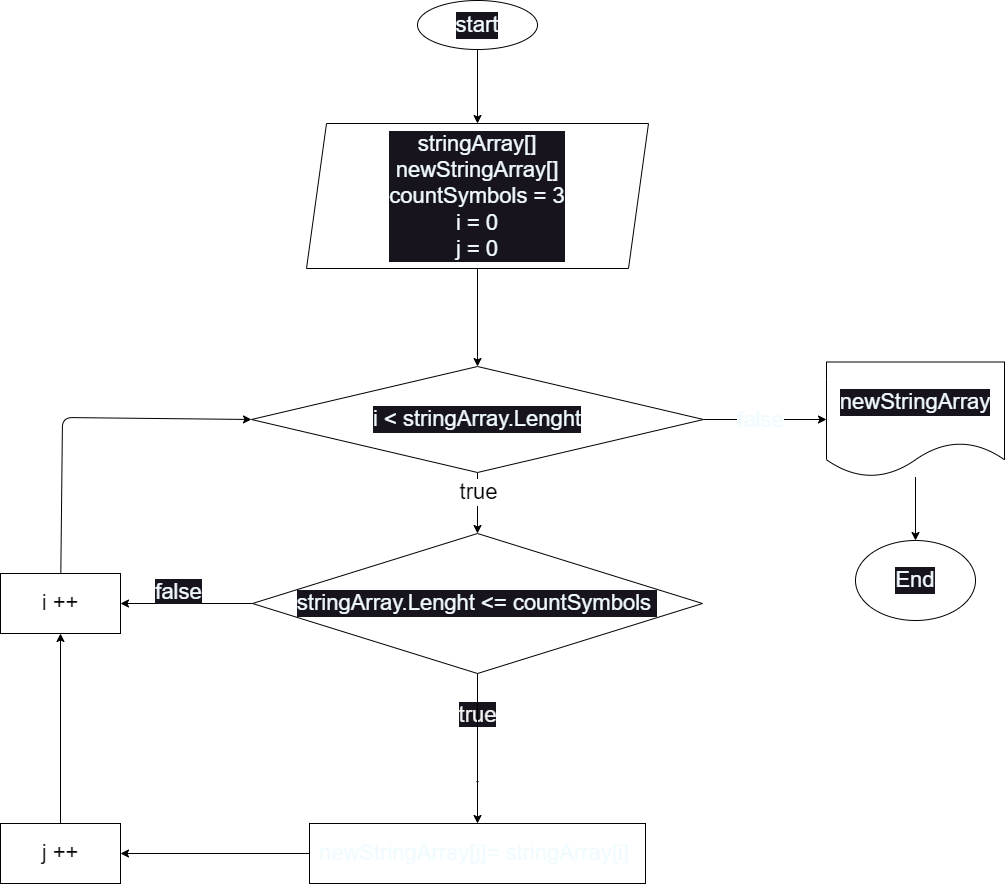
Earlier version of the draw.io export task_1/diagram.drawio.png (Kir017/HomeworkBlockResults). Source tidied: cells renumbered, new cells last; positions are measured from the earlier drawing's top-left corner, leaving out a move shared by most shapes.
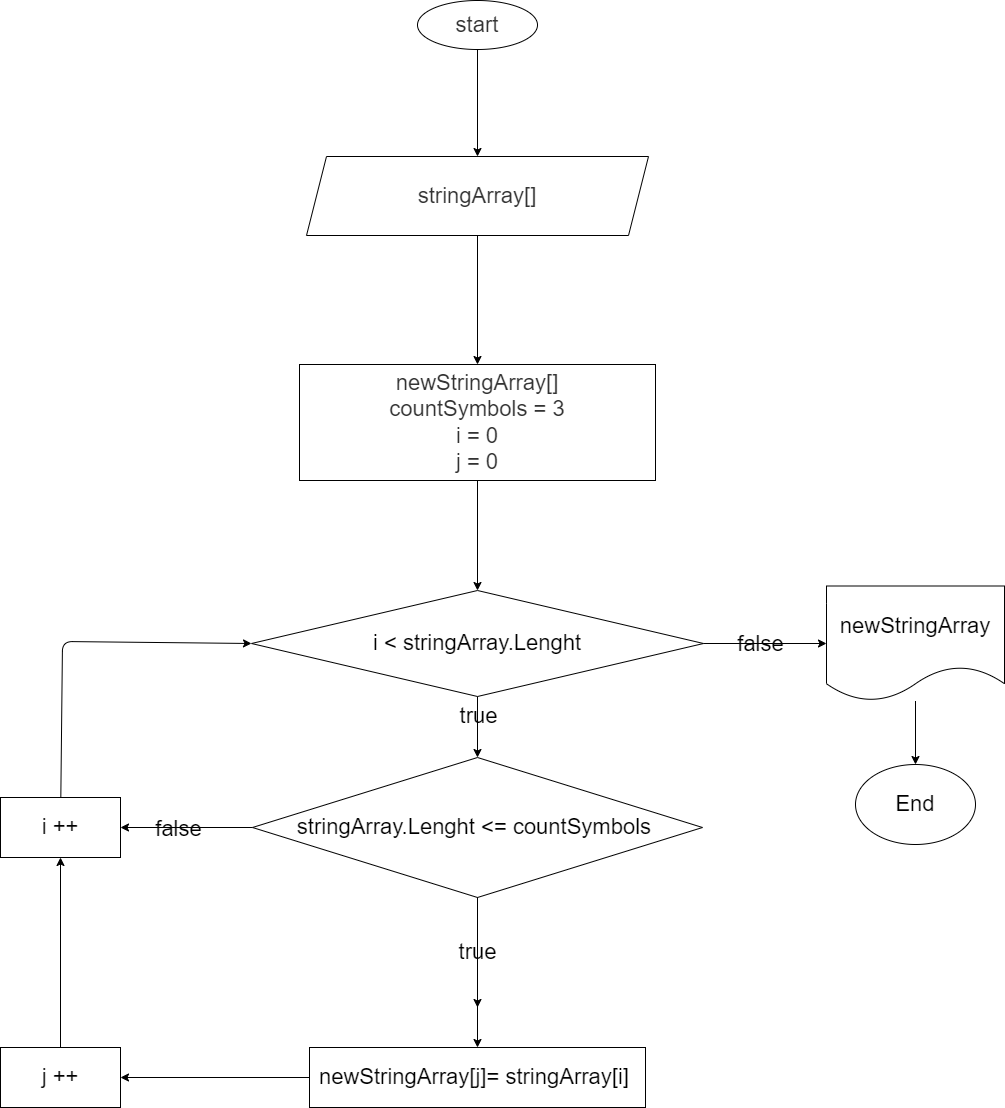
The same file after the commit.

Commit message:
Внёс корректировку в блок схему и файл README.MD

Change to the diagram source:
```diff
@@ -1,80 +1,86 @@
-<mxGraphModel>
+<mxGraphModel background="#ffffff">
   <root>
     <mxCell id="0" />
     <mxCell id="1" parent="0" />
-    <mxCell id="2" style="edgeStyle=none;html=1;fontSize=22;fontColor=#f1fbff;" parent="1" edge="1" source="3" target="5">
-      <mxGeometry relative="1" as="geometry" />
-    </mxCell>
-    <mxCell id="3" value="start" style="ellipse;whiteSpace=wrap;html=1;labelBackgroundColor=#18141D;fontSize=22;fontColor=#f1fbff;" parent="1" vertex="1">
-      <mxGeometry x="417" width="120" height="49" as="geometry" />
-    </mxCell>
-    <mxCell id="4" style="edgeStyle=none;html=1;fontSize=22;fontColor=#f1fbff;" parent="1" edge="1" source="5" target="10">
+    <mxCell id="4" style="edgeStyle=none;fontSize=22;fontColor=#000000;labelBackgroundColor=none;html=1;strokeColor=#000000;exitX=0.5;exitY=1;exitDx=0;exitDy=0;" parent="1" edge="1" source="27" target="10">
       <mxGeometry relative="1" as="geometry" />
     </mxCell>
-    <mxCell id="5" value="&lt;span style=&quot;font-size: 22px;&quot;&gt;stringArray[]&lt;/span&gt;&lt;br&gt;&lt;span style=&quot;font-size: 22px;&quot;&gt;newStringArray[]&lt;/span&gt;&lt;br&gt;&lt;span style=&quot;font-size: 22px;&quot;&gt;countSymbols = 3&lt;br&gt;&lt;/span&gt;i = 0&lt;br&gt;j = 0" style="shape=parallelogram;perimeter=parallelogramPerimeter;whiteSpace=wrap;html=1;fixedSize=1;labelBackgroundColor=#18141D;fontSize=22;fontColor=#f1fbff;" parent="1" vertex="1">
-      <mxGeometry x="306" y="123" width="342" height="145" as="geometry" />
-    </mxCell>
-    <mxCell id="6" style="edgeStyle=none;html=1;fontSize=22;fontColor=#f1fbff;" parent="1" edge="1" source="10" target="12">
+    <mxCell id="6" style="edgeStyle=none;fontSize=22;fontColor=#000000;labelBackgroundColor=none;html=1;strokeColor=#000000;" parent="1" edge="1" source="10" target="12">
       <mxGeometry relative="1" as="geometry" />
     </mxCell>
-    <mxCell id="7" value="false" style="edgeLabel;html=1;align=center;verticalAlign=middle;fontSize=22;fontColor=#f1fbff;" parent="6" vertex="1">
+    <mxCell id="7" value="false" style="edgeLabel;align=center;verticalAlign=middle;fontSize=22;fontColor=#000000;labelBackgroundColor=none;html=1;" parent="6" vertex="1">
       <mxGeometry x="-0.25" y="-1" relative="1" as="geometry">
         <mxPoint x="10" y="-1" as="offset" />
       </mxGeometry>
     </mxCell>
-    <mxCell id="8" style="edgeStyle=none;html=1;entryX=0.5;entryY=0;entryDx=0;entryDy=0;" parent="1" edge="1" source="10" target="17">
+    <mxCell id="8" style="edgeStyle=none;entryX=0.5;entryY=0;entryDx=0;entryDy=0;labelBackgroundColor=none;fontColor=#000000;html=1;strokeColor=#000000;" parent="1" edge="1" source="10" target="17">
       <mxGeometry relative="1" as="geometry" />
     </mxCell>
-    <mxCell id="9" value="&lt;font style=&quot;font-size: 22px;&quot;&gt;true&lt;br&gt;&lt;/font&gt;" style="edgeLabel;html=1;align=center;verticalAlign=middle;" parent="8" vertex="1">
+    <mxCell id="9" value="true&lt;br style=&quot;font-size: 22px;&quot;&gt;" style="edgeLabel;align=center;verticalAlign=middle;labelBackgroundColor=none;fontColor=#000000;html=1;fontSize=22;" parent="8" vertex="1">
       <mxGeometry x="-0.38" relative="1" as="geometry" />
     </mxCell>
-    <mxCell id="10" value="i &amp;lt; stringArray.Lenght" style="rhombus;whiteSpace=wrap;html=1;labelBackgroundColor=#18141D;fontSize=22;fontColor=#f1fbff;" parent="1" vertex="1">
+    <mxCell id="10" value="i &amp;lt; stringArray.Lenght" style="rhombus;labelBackgroundColor=none;fontSize=22;fontColor=#000000;whiteSpace=wrap;html=1;fillColor=none;strokeColor=#000000;" parent="1" vertex="1">
       <mxGeometry x="251" y="366" width="452" height="106" as="geometry" />
     </mxCell>
-    <mxCell id="11" style="edgeStyle=none;html=1;fontSize=22;fontColor=#f1fbff;" parent="1" edge="1" source="12" target="13">
+    <mxCell id="11" style="edgeStyle=none;fontSize=22;fontColor=#000000;labelBackgroundColor=none;html=1;strokeColor=#000000;" parent="1" edge="1" source="12" target="13">
       <mxGeometry relative="1" as="geometry" />
     </mxCell>
-    <mxCell id="12" value="newStringArray" style="shape=document;whiteSpace=wrap;html=1;boundedLbl=1;labelBackgroundColor=#18141D;fontSize=22;fontColor=#f1fbff;" parent="1" vertex="1">
+    <mxCell id="12" value="newStringArray" style="shape=document;boundedLbl=1;labelBackgroundColor=none;fontSize=22;fontColor=#000000;whiteSpace=wrap;html=1;fillColor=none;strokeColor=#000000;" parent="1" vertex="1">
       <mxGeometry x="826" y="361.5" width="178" height="115" as="geometry" />
     </mxCell>
-    <mxCell id="13" value="End" style="ellipse;whiteSpace=wrap;html=1;labelBackgroundColor=#18141D;fontSize=22;fontColor=#f1fbff;" parent="1" vertex="1">
+    <mxCell id="13" value="End" style="ellipse;labelBackgroundColor=none;fontSize=22;fontColor=#000000;whiteSpace=wrap;html=1;fillColor=none;strokeColor=#000000;" parent="1" vertex="1">
       <mxGeometry x="855" y="540" width="120" height="80" as="geometry" />
     </mxCell>
-    <mxCell id="14" value="&#10;&lt;span style=&quot;color: rgb(240, 240, 240); font-family: Helvetica; font-size: 22px; font-style: normal; font-variant-ligatures: normal; font-variant-caps: normal; font-weight: 400; letter-spacing: normal; orphans: 2; text-align: center; text-indent: 0px; text-transform: none; widows: 2; word-spacing: 0px; -webkit-text-stroke-width: 0px; background-color: rgb(24, 20, 29); text-decoration-thickness: initial; text-decoration-style: initial; text-decoration-color: initial; float: none; display: inline !important;&quot;&gt;true&lt;/span&gt;&#10;&#10;" style="edgeStyle=none;html=1;fontSize=22;" parent="1" edge="1" source="17">
+    <mxCell id="14" value="true" style="edgeStyle=none;fontSize=22;labelBackgroundColor=none;fontColor=#000000;html=1;" parent="1" edge="1" source="17">
       <mxGeometry relative="1" as="geometry">
         <mxPoint x="477" y="783" as="targetPoint" />
       </mxGeometry>
     </mxCell>
-    <mxCell id="15" style="edgeStyle=none;html=1;fontSize=22;entryX=0.5;entryY=0;entryDx=0;entryDy=0;" parent="1" edge="1" source="17" target="23">
+    <mxCell id="15" style="edgeStyle=none;fontSize=22;entryX=0.5;entryY=0;entryDx=0;entryDy=0;labelBackgroundColor=none;fontColor=#000000;html=1;strokeColor=#000000;" parent="1" edge="1" source="17" target="23">
       <mxGeometry relative="1" as="geometry" />
     </mxCell>
-    <mxCell id="16" value="&#10;&lt;span style=&quot;color: rgb(241, 251, 255); font-family: Helvetica; font-size: 22px; font-style: normal; font-variant-ligatures: normal; font-variant-caps: normal; font-weight: 400; letter-spacing: normal; orphans: 2; text-align: center; text-indent: 0px; text-transform: none; widows: 2; word-spacing: 0px; -webkit-text-stroke-width: 0px; background-color: rgb(24, 20, 29); text-decoration-thickness: initial; text-decoration-style: initial; text-decoration-color: initial; float: none; display: inline !important;&quot;&gt;false&lt;/span&gt;&#10;&#10;" style="edgeStyle=none;html=1;exitX=0;exitY=0.5;exitDx=0;exitDy=0;entryX=1;entryY=0.5;entryDx=0;entryDy=0;fontSize=22;" parent="1" edge="1" source="17" target="20">
+    <mxCell id="16" value="false" style="edgeStyle=none;exitX=0;exitY=0.5;exitDx=0;exitDy=0;entryX=1;entryY=0.5;entryDx=0;entryDy=0;fontSize=22;labelBackgroundColor=none;fontColor=#000000;html=1;strokeColor=#000000;" parent="1" edge="1" source="17" target="20">
       <mxGeometry x="0.12" y="2" relative="1" as="geometry" />
     </mxCell>
-    <mxCell id="17" value="stringArray.Lenght &amp;lt;= countSymbols&amp;nbsp;" style="rhombus;whiteSpace=wrap;html=1;labelBackgroundColor=#18141D;fontSize=22;fontColor=#f1fbff;" parent="1" vertex="1">
+    <mxCell id="17" value="stringArray.Lenght &amp;lt;= countSymbols&amp;nbsp;" style="rhombus;labelBackgroundColor=none;fontSize=22;fontColor=#000000;whiteSpace=wrap;html=1;fillColor=none;strokeColor=#000000;" parent="1" vertex="1">
       <mxGeometry x="252" y="533" width="450" height="140" as="geometry" />
     </mxCell>
-    <mxCell id="18" style="edgeStyle=none;html=1;entryX=1;entryY=0.5;entryDx=0;entryDy=0;fontSize=22;exitX=0;exitY=0.5;exitDx=0;exitDy=0;" parent="1" edge="1" source="23" target="22">
+    <mxCell id="18" style="edgeStyle=none;entryX=1;entryY=0.5;entryDx=0;entryDy=0;fontSize=22;exitX=0;exitY=0.5;exitDx=0;exitDy=0;labelBackgroundColor=none;fontColor=#000000;html=1;strokeColor=#000000;" parent="1" edge="1" source="23" target="22">
       <mxGeometry relative="1" as="geometry" />
     </mxCell>
-    <mxCell id="19" style="edgeStyle=none;html=1;entryX=0;entryY=0.5;entryDx=0;entryDy=0;fontSize=22;" parent="1" edge="1" source="20" target="10">
+    <mxCell id="19" style="edgeStyle=none;entryX=0;entryY=0.5;entryDx=0;entryDy=0;fontSize=22;labelBackgroundColor=none;fontColor=#000000;html=1;strokeColor=#000000;" parent="1" edge="1" source="20" target="10">
       <mxGeometry relative="1" as="geometry">
         <Array as="points">
           <mxPoint x="62" y="417" />
         </Array>
       </mxGeometry>
     </mxCell>
-    <mxCell id="20" value="i ++" style="rounded=0;whiteSpace=wrap;html=1;strokeWidth=1;fontSize=22;" parent="1" vertex="1">
+    <mxCell id="20" value="i ++" style="rounded=0;strokeWidth=1;fontSize=22;labelBackgroundColor=none;fontColor=#000000;whiteSpace=wrap;html=1;fillColor=none;strokeColor=#000000;" parent="1" vertex="1">
       <mxGeometry y="573" width="120" height="60" as="geometry" />
     </mxCell>
-    <mxCell id="21" style="edgeStyle=none;html=1;entryX=0.5;entryY=1;entryDx=0;entryDy=0;fontSize=22;" parent="1" edge="1" source="22" target="20">
+    <mxCell id="21" style="edgeStyle=none;entryX=0.5;entryY=1;entryDx=0;entryDy=0;fontSize=22;labelBackgroundColor=none;fontColor=#000000;html=1;strokeColor=#000000;" parent="1" edge="1" source="22" target="20">
       <mxGeometry relative="1" as="geometry" />
     </mxCell>
-    <mxCell id="22" value="j ++" style="rounded=0;whiteSpace=wrap;html=1;strokeWidth=1;fontSize=22;" parent="1" vertex="1">
+    <mxCell id="22" value="j ++" style="rounded=0;strokeWidth=1;fontSize=22;labelBackgroundColor=none;fontColor=#000000;whiteSpace=wrap;html=1;fillColor=none;strokeColor=#000000;" parent="1" vertex="1">
       <mxGeometry y="823" width="120" height="60" as="geometry" />
     </mxCell>
-    <mxCell id="23" value="&lt;span style=&quot;color: rgb(241, 251, 255);&quot;&gt;newStringArray[j]= stringArray[i]&amp;nbsp;&lt;/span&gt;" style="rounded=0;whiteSpace=wrap;html=1;strokeWidth=1;fontSize=22;" parent="1" vertex="1">
+    <mxCell id="23" value="newStringArray[j]= stringArray[i]&amp;nbsp;" style="rounded=0;strokeWidth=1;fontSize=22;labelBackgroundColor=none;fontColor=#000000;whiteSpace=wrap;html=1;fillColor=none;strokeColor=#000000;" parent="1" vertex="1">
       <mxGeometry x="309" y="823" width="336" height="60" as="geometry" />
     </mxCell>
+    <mxCell id="24" style="edgeStyle=none;fontSize=22;fontColor=#000000;labelBackgroundColor=none;html=1;strokeColor=#000000;" parent="1" edge="1" source="3" target="26">
+      <mxGeometry relative="1" as="geometry" />
+    </mxCell>
+    <mxCell id="3" value="start" style="ellipse;labelBackgroundColor=none;fontSize=22;fontColor=#333333;fillColor=none;strokeColor=#000000;whiteSpace=wrap;html=1;" parent="1" vertex="1">
+      <mxGeometry x="417" y="-224" width="120" height="49" as="geometry" />
+    </mxCell>
+    <mxCell id="25" style="edgeStyle=none;html=1;labelBackgroundColor=none;strokeColor=#000000;fontSize=22;fontColor=#000000;" parent="1" edge="1" source="26" target="27">
+      <mxGeometry relative="1" as="geometry" />
+    </mxCell>
+    <mxCell id="26" value="stringArray[]&lt;br&gt;" style="shape=parallelogram;perimeter=parallelogramPerimeter;fixedSize=1;labelBackgroundColor=none;fontSize=22;fontColor=#333333;whiteSpace=wrap;html=1;fillColor=none;strokeColor=#000000;" parent="1" vertex="1">
+      <mxGeometry x="306" y="-68" width="342" height="79" as="geometry" />
+    </mxCell>
+    <mxCell id="27" value="&lt;span style=&quot;color: rgb(51, 51, 51);&quot;&gt;newStringArray[]&lt;/span&gt;&lt;br style=&quot;color: rgb(51, 51, 51);&quot;&gt;&lt;span style=&quot;color: rgb(51, 51, 51);&quot;&gt;countSymbols = 3&lt;/span&gt;&lt;br style=&quot;color: rgb(51, 51, 51);&quot;&gt;&lt;span style=&quot;color: rgb(51, 51, 51);&quot;&gt;i = 0&lt;/span&gt;&lt;br style=&quot;color: rgb(51, 51, 51);&quot;&gt;&lt;span style=&quot;color: rgb(51, 51, 51);&quot;&gt;j = 0&lt;/span&gt;" style="rounded=0;whiteSpace=wrap;html=1;labelBackgroundColor=none;strokeColor=#000000;fontSize=22;fontColor=#000000;fillColor=none;" parent="1" vertex="1">
+      <mxGeometry x="299" y="140" width="356" height="116" as="geometry" />
+    </mxCell>
   </root>
 </mxGraphModel>
```
